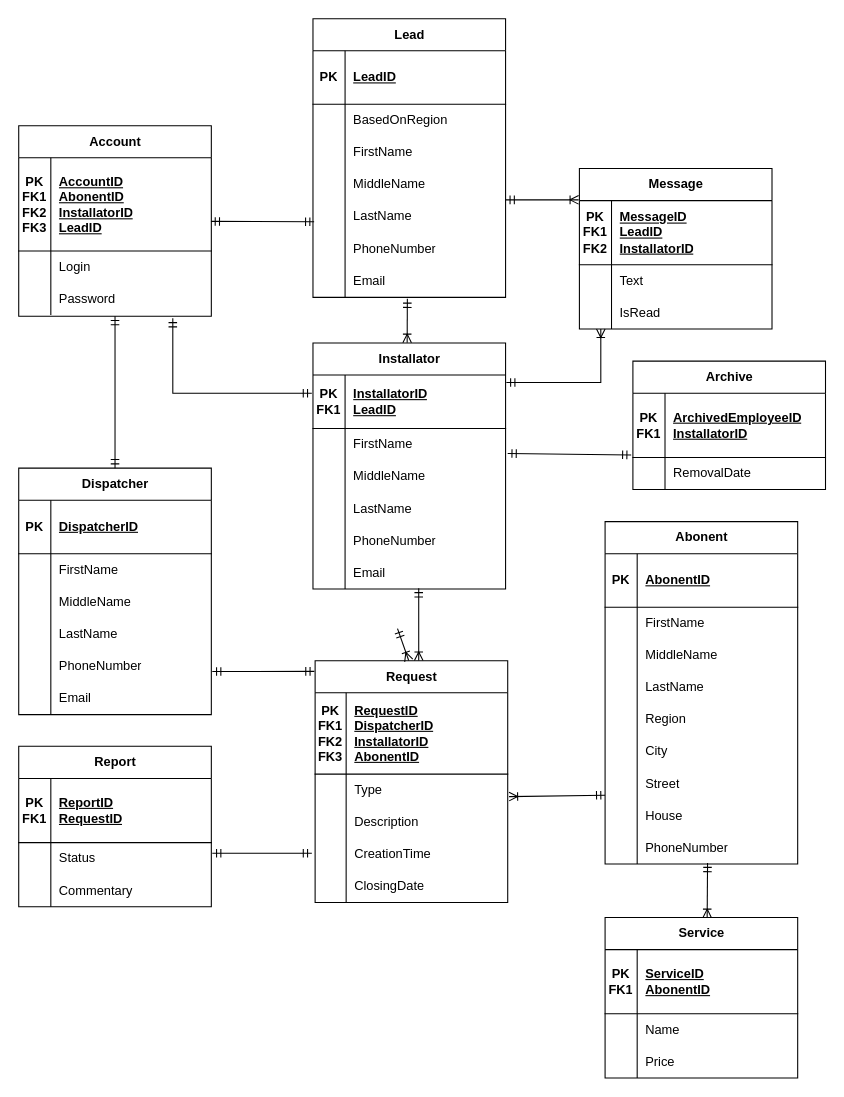
LavruhinMax/Diplom keeps this draw.io diagram as Диаграммы/ER.drawio. Above is the earlier version. Source tidied: cells renumbered, new cells numbered last; positions are measured from the earlier drawing's top-left corner, leaving out a move shared by most shapes. Both pictures are drawn from the tidied source at 107%, with x=0, y=0 at pixel (18, 18).
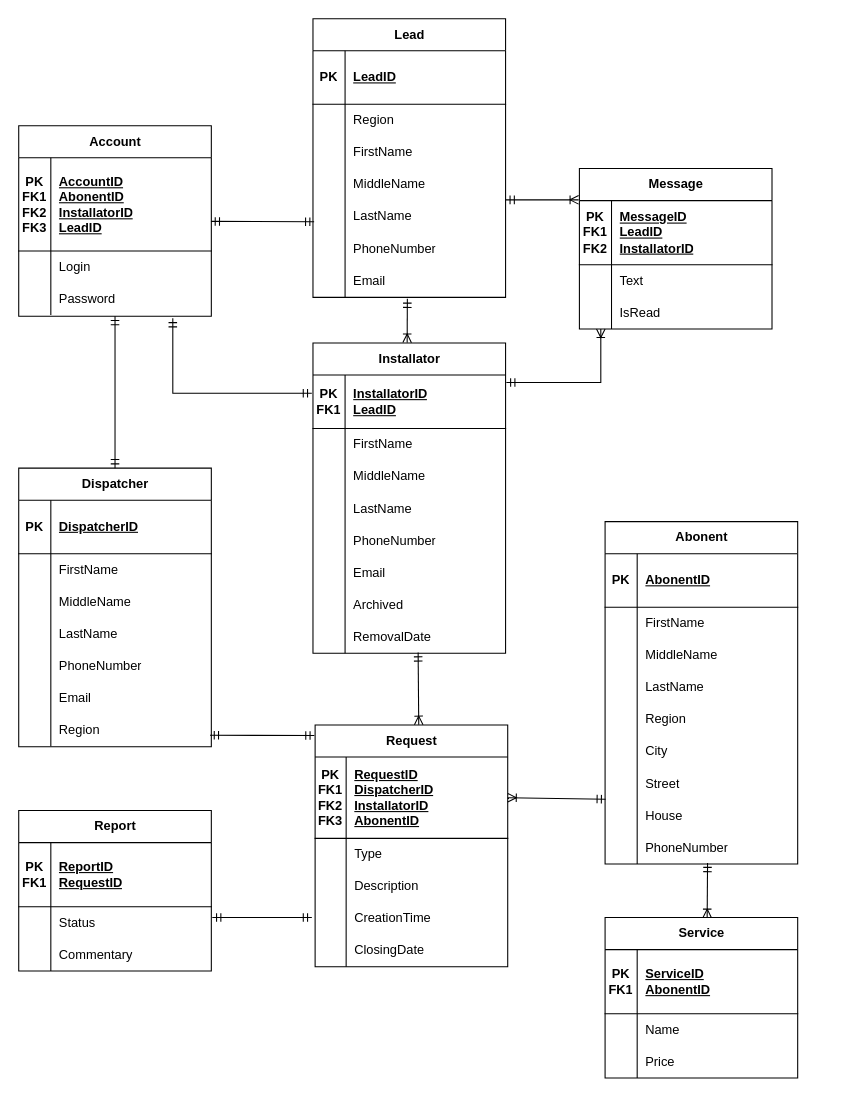
After the change.

The change refers to these unchanged cells:
```xml
<mxCell id="21" style="shape=tableRow;horizontal=0;startSize=0;swimlaneHead=0;swimlaneBody=0;fillColor=none;points=[[0,0.5],[1,0.5]];portConstraint=eastwest;top=0;left=0;right=0;bottom=0;" parent="2" vertex="1">
  <mxGeometry y="230" width="180" height="30" as="geometry" />
</mxCell>
<mxCell id="24" style="shape=tableRow;horizontal=0;startSize=0;swimlaneHead=0;swimlaneBody=0;fillColor=none;points=[[0,0.5],[1,0.5]];portConstraint=eastwest;top=0;left=0;right=0;bottom=0;" parent="2" vertex="1">
  <mxGeometry y="260" width="180" height="30" as="geometry" />
</mxCell>
<mxCell id="44" style="shape=tableRow;horizontal=0;startSize=0;swimlaneHead=0;swimlaneBody=0;fillColor=none;points=[[0,0.5],[1,0.5]];portConstraint=eastwest;top=0;left=0;right=0;bottom=0;" parent="40" vertex="1">
  <mxGeometry y="80" width="180" height="30" as="geometry" />
</mxCell>
<mxCell id="56" style="shape=tableRow;horizontal=0;startSize=0;swimlaneHead=0;swimlaneBody=0;fillColor=none;points=[[0,0.5],[1,0.5]];portConstraint=eastwest;top=0;left=0;right=0;bottom=0;" parent="40" vertex="1">
  <mxGeometry y="200" width="180" height="30" as="geometry" />
</mxCell>
<mxCell id="63" style="shape=tableRow;horizontal=0;startSize=0;swimlaneHead=0;swimlaneBody=0;fillColor=none;top=0;left=0;right=0;bottom=0;" parent="59" vertex="1">
  <mxGeometry y="80" width="180" height="30" as="geometry" />
</mxCell>
<mxCell id="92" style="shape=tableRow;horizontal=0;startSize=0;swimlaneHead=0;swimlaneBody=0;fillColor=none;points=[[0,0.5],[1,0.5]];portConstraint=eastwest;top=0;left=0;right=0;bottom=1;" parent="91" vertex="1">
  <mxGeometry y="30" width="180" height="76" as="geometry" />
</mxCell>
<mxCell id="95" style="shape=tableRow;horizontal=0;startSize=0;swimlaneHead=0;swimlaneBody=0;fillColor=none;points=[[0,0.5],[1,0.5]];portConstraint=eastwest;top=0;left=0;right=0;bottom=0;" parent="91" vertex="1">
  <mxGeometry y="106" width="180" height="30" as="geometry" />
</mxCell>
<mxCell id="136" style="shape=tableRow;horizontal=0;startSize=0;swimlaneHead=0;swimlaneBody=0;fillColor=none;points=[[0,0.5],[1,0.5]];portConstraint=eastwest;top=0;left=0;right=0;bottom=0;" parent="123" vertex="1">
  <mxGeometry y="170" width="180" height="30" as="geometry" />
</mxCell>
```

Change to the diagram source:
```diff
@@
     <mxCell id="40" value="Installator" style="shape=table;startSize=30;childLayout=tableLayout;rowLines=0;fontStyle=1;align=center;html=1;" parent="1" vertex="1">
-      <mxGeometry x="275" y="303" width="180" height="230" as="geometry" />
+      <mxGeometry x="275" y="303" width="180" height="290" as="geometry" />
     </mxCell>
@@
+    <mxCell id="166" style="shape=tableRow;horizontal=0;startSize=0;swimlaneHead=0;swimlaneBody=0;fillColor=none;top=0;left=0;right=0;bottom=0;" parent="40" vertex="1">
+      <mxGeometry y="230" width="180" height="30" as="geometry" />
+    </mxCell>
+    <mxCell id="167" style="shape=partialRectangle;fillColor=none;top=0;left=0;bottom=0;right=0;overflow=hidden;whiteSpace=wrap;html=1;" parent="166" vertex="1">
+      <mxGeometry width="30" height="30" as="geometry" />
+    </mxCell>
+    <mxCell id="168" value="Archived" style="shape=partialRectangle;fillColor=none;top=0;left=0;bottom=0;right=0;align=left;spacingLeft=6;overflow=hidden;whiteSpace=wrap;html=1;" parent="166" vertex="1">
+      <mxGeometry x="30" width="150" height="30" as="geometry" />
+    </mxCell>
+    <mxCell id="169" style="shape=tableRow;horizontal=0;startSize=0;swimlaneHead=0;swimlaneBody=0;fillColor=none;points=[[0,0.5],[1,0.5]];portConstraint=eastwest;top=0;left=0;right=0;bottom=0;" parent="40" vertex="1">
+      <mxGeometry y="260" width="180" height="30" as="geometry" />
+    </mxCell>
+    <mxCell id="170" style="shape=partialRectangle;fillColor=none;top=0;left=0;bottom=0;right=0;overflow=hidden;whiteSpace=wrap;html=1;" parent="169" vertex="1">
+      <mxGeometry width="30" height="30" as="geometry" />
+    </mxCell>
+    <mxCell id="164" value="RemovalDate" style="shape=partialRectangle;fillColor=none;top=0;left=0;bottom=0;right=0;align=left;spacingLeft=6;overflow=hidden;whiteSpace=wrap;html=1;" parent="169" vertex="1">
+      <mxGeometry x="30" width="150" height="30" as="geometry" />
+    </mxCell>
@@
-    <mxCell id="65" value="BasedOnRegion" style="shape=partialRectangle;fillColor=none;top=0;left=0;bottom=0;right=0;align=left;spacingLeft=6;overflow=hidden;whiteSpace=wrap;html=1;" parent="63" vertex="1">
+    <mxCell id="65" value="Region" style="shape=partialRectangle;fillColor=none;top=0;left=0;bottom=0;right=0;align=left;spacingLeft=6;overflow=hidden;whiteSpace=wrap;html=1;" parent="63" vertex="1">
       <mxGeometry x="30" width="150" height="30" as="geometry" />
     </mxCell>
@@
     <mxCell id="91" value="Request" style="shape=table;startSize=30;childLayout=tableLayout;rowLines=0;fontStyle=1;align=center;html=1;" parent="1" vertex="1">
-      <mxGeometry x="277" y="600" width="180" height="226" as="geometry" />
+      <mxGeometry x="277" y="660" width="180" height="226" as="geometry" />
     </mxCell>
@@
     <mxCell id="107" value="Report" style="shape=table;startSize=30;childLayout=tableLayout;rowLines=0;fontStyle=1;align=center;html=1;" parent="1" vertex="1">
-      <mxGeometry y="680" width="180" height="150" as="geometry" />
+      <mxGeometry y="740" width="180" height="150" as="geometry" />
     </mxCell>
@@
-    <mxCell id="119" style="fontSize=12;html=1;endArrow=ERoneToMany;startArrow=ERmandOne;rounded=0;entryX=0.486;entryY=-0.001;entryDx=0;entryDy=0;entryPerimeter=0;exitX=0.494;exitY=0.971;exitDx=0;exitDy=0;exitPerimeter=0;" parent="1" edge="1" target="91">
-      <mxGeometry relative="1" as="geometry">
-        <mxPoint x="354" y="570" as="sourcePoint" />
-      </mxGeometry>
-    </mxCell>
-    <mxCell id="120" style="fontSize=12;html=1;endArrow=ERoneToMany;startArrow=ERmandOne;rounded=0;entryX=1.007;entryY=0.7;entryDx=0;entryDy=0;entryPerimeter=0;exitX=0;exitY=0.856;exitDx=0;exitDy=0;exitPerimeter=0;" parent="1" edge="1" source="21" target="95">
+    <mxCell id="120" style="fontSize=12;html=1;endArrow=ERoneToMany;startArrow=ERmandOne;rounded=0;exitX=0.003;exitY=-0.019;exitDx=0;exitDy=0;exitPerimeter=0;entryX=1;entryY=0.5;entryDx=0;entryDy=0;" parent="1" edge="1" source="24" target="92">
       <mxGeometry relative="1" as="geometry" />
     </mxCell>
@@
-    <mxCell id="122" style="fontSize=12;html=1;endArrow=ERmandOne;startArrow=ERmandOne;rounded=0;startFill=0;endFill=0;entryX=1.005;entryY=0.668;entryDx=0;entryDy=0;entryPerimeter=0;exitX=-0.004;exitY=0.044;exitDx=0;exitDy=0;exitPerimeter=0;" parent="1" edge="1" source="91" target="136">
+    <mxCell id="122" style="fontSize=12;html=1;endArrow=ERmandOne;startArrow=ERmandOne;rounded=0;startFill=0;endFill=0;exitX=-0.004;exitY=0.044;exitDx=0;exitDy=0;exitPerimeter=0;entryX=0.993;entryY=0.654;entryDx=0;entryDy=0;entryPerimeter=0;" parent="1" edge="1" source="91" target="171">
       <mxGeometry relative="1" as="geometry" />
     </mxCell>
     <mxCell id="123" value="Dispatcher" style="shape=table;startSize=30;childLayout=tableLayout;rowLines=0;fontStyle=1;align=center;html=1;" parent="1" vertex="1">
-      <mxGeometry y="420" width="180" height="230.4" as="geometry" />
+      <mxGeometry y="420" width="180" height="260.4" as="geometry" />
     </mxCell>
@@
+    <mxCell id="171" style="shape=tableRow;horizontal=0;startSize=0;swimlaneHead=0;swimlaneBody=0;fillColor=none;points=[[0,0.5],[1,0.5]];portConstraint=eastwest;top=0;left=0;right=0;bottom=0;" parent="123" vertex="1">
+      <mxGeometry y="230" width="180" height="30" as="geometry" />
+    </mxCell>
+    <mxCell id="172" style="shape=partialRectangle;fillColor=none;top=0;left=0;bottom=0;right=0;overflow=hidden;whiteSpace=wrap;html=1;" parent="171" vertex="1">
+      <mxGeometry width="30" height="30" as="geometry" />
+    </mxCell>
+    <mxCell id="173" value="Region" style="shape=partialRectangle;fillColor=none;top=0;left=0;bottom=0;right=0;align=left;spacingLeft=6;overflow=hidden;whiteSpace=wrap;html=1;" parent="171" vertex="1">
+      <mxGeometry x="30" width="150" height="30" as="geometry" />
+    </mxCell>
@@
-    <mxCell id="157" style="fontSize=12;html=1;endArrow=ERoneToMany;startArrow=ERmandOne;rounded=0;entryX=0.538;entryY=-0.001;entryDx=0;entryDy=0;entryPerimeter=0;exitX=0.549;exitY=0.979;exitDx=0;exitDy=0;exitPerimeter=0;" parent="1" edge="1" source="56" target="91">
+    <mxCell id="157" style="fontSize=12;html=1;endArrow=ERoneToMany;startArrow=ERmandOne;rounded=0;entryX=0.538;entryY=-0.001;entryDx=0;entryDy=0;entryPerimeter=0;exitX=0.546;exitY=0.979;exitDx=0;exitDy=0;exitPerimeter=0;" parent="1" edge="1" source="169" target="91">
       <mxGeometry relative="1" as="geometry" />
     </mxCell>
-    <mxCell id="158" value="Archive" style="shape=table;startSize=30;childLayout=tableLayout;rowLines=0;fontStyle=1;align=center;html=1;" parent="1" vertex="1">
-      <mxGeometry x="574" y="320" width="180" height="120" as="geometry" />
-    </mxCell>
-    <mxCell id="159" style="shape=tableRow;horizontal=0;startSize=0;swimlaneHead=0;swimlaneBody=0;fillColor=none;points=[[0,0.5],[1,0.5]];portConstraint=eastwest;top=0;left=0;right=0;bottom=1;" parent="158" vertex="1">
-      <mxGeometry y="30" width="180" height="60" as="geometry" />
-    </mxCell>
-    <mxCell id="160" value="PK&lt;div&gt;FK1&lt;/div&gt;" style="shape=partialRectangle;fillColor=none;top=0;left=0;bottom=0;right=0;fontStyle=1;overflow=hidden;whiteSpace=wrap;html=1;" parent="159" vertex="1">
-      <mxGeometry width="30" height="60" as="geometry" />
-    </mxCell>
-    <mxCell id="161" value="ArchivedEmployeeID&lt;div&gt;InstallatorID&lt;/div&gt;" style="shape=partialRectangle;fillColor=none;top=0;left=0;bottom=0;right=0;align=left;spacingLeft=6;fontStyle=5;overflow=hidden;whiteSpace=wrap;html=1;" parent="159" vertex="1">
-      <mxGeometry x="30" width="150" height="60" as="geometry" />
-    </mxCell>
-    <mxCell id="162" style="shape=tableRow;horizontal=0;startSize=0;swimlaneHead=0;swimlaneBody=0;fillColor=none;top=0;left=0;right=0;bottom=0;" parent="158" vertex="1">
-      <mxGeometry y="90" width="180" height="30" as="geometry" />
-    </mxCell>
-    <mxCell id="163" style="shape=partialRectangle;fillColor=none;top=0;left=0;bottom=0;right=0;overflow=hidden;whiteSpace=wrap;html=1;" parent="162" vertex="1">
-      <mxGeometry width="30" height="30" as="geometry" />
-    </mxCell>
-    <mxCell id="164" value="RemovalDate" style="shape=partialRectangle;fillColor=none;top=0;left=0;bottom=0;right=0;align=left;spacingLeft=6;overflow=hidden;whiteSpace=wrap;html=1;" parent="162" vertex="1">
-      <mxGeometry x="30" width="150" height="30" as="geometry" />
-    </mxCell>
-    <mxCell id="165" style="fontSize=12;html=1;endArrow=ERmandOne;startArrow=ERmandOne;rounded=0;entryX=1.011;entryY=0.778;entryDx=0;entryDy=0;entryPerimeter=0;exitX=-0.009;exitY=0.961;exitDx=0;exitDy=0;exitPerimeter=0;endFill=0;" parent="1" edge="1" source="159" target="44">
-      <mxGeometry relative="1" as="geometry" />
-    </mxCell>
```
